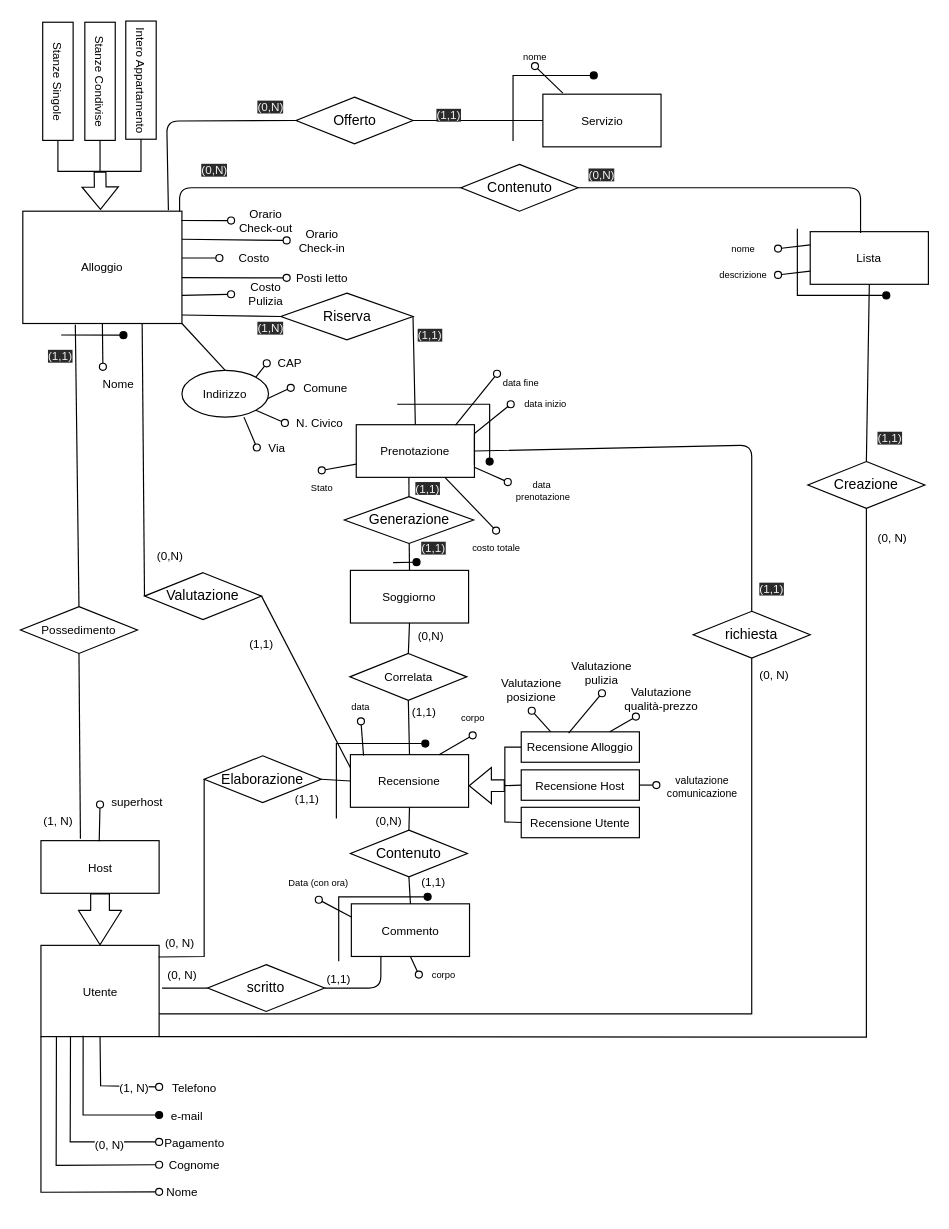
The draw.io diagram page "Page-3" (3 of 14) of ER.drawio in eduardz1/Home-Booking, before the edit. Source tidied: cells renumbered, new cells numbered last; positions are measured from the earlier drawing's top-left corner, leaving out a move shared by most shapes. Both pictures are drawn from the tidied source at 117%, with x=0, y=0 at pixel (-2, 47).
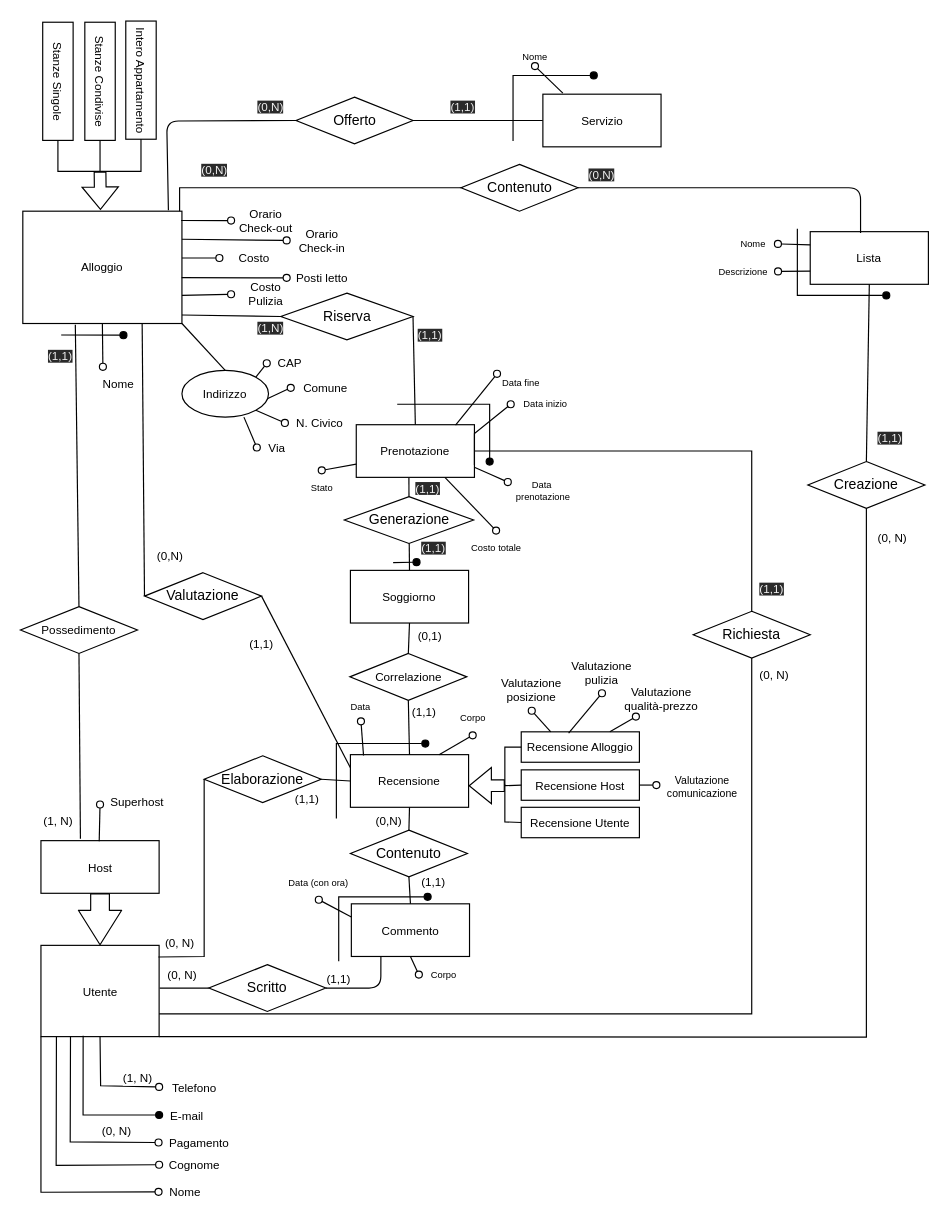
Above is the later version.

The change refers to these unchanged cells:
```xml
<mxCell id="34" value="&lt;font style=&quot;font-size: 10px;&quot;&gt;Utente&lt;/font&gt;" style="rounded=0;whiteSpace=wrap;html=1;fontSize=10;" parent="1" vertex="1">
  <mxGeometry x="36.5" y="767.5" width="101" height="78" as="geometry" />
</mxCell>
<mxCell id="36" style="endArrow=none;html=1;rounded=0;align=center;verticalAlign=top;endFill=0;labelBackgroundColor=none;endSize=6;startArrow=oval;startFill=0;fontSize=10;entryX=0.5;entryY=1;entryDx=0;entryDy=0;exitX=0;exitY=0.5;exitDx=0;exitDy=0;" parent="1" edge="1" source="43" target="34">
  <mxGeometry relative="1" as="geometry">
    <Array as="points">
      <mxPoint x="87.5" y="887.5" />
    </Array>
  </mxGeometry>
</mxCell>
<mxCell id="52" value="&lt;font style=&quot;font-size: 10px;&quot;&gt;Prenotazione&lt;/font&gt;" style="rounded=0;whiteSpace=wrap;html=1;fontSize=10;" parent="1" vertex="1">
  <mxGeometry x="306" y="322.5" width="101" height="45" as="geometry" />
</mxCell>
<mxCell id="92" value="Contenuto" style="rhombus;whiteSpace=wrap;html=1;" parent="1" vertex="1">
  <mxGeometry x="395.5" y="100" width="100" height="40" as="geometry" />
</mxCell>
```

What changed in the source:
```diff
@@
     <mxCell id="37" value="(1, N)" style="edgeLabel;html=1;align=center;verticalAlign=middle;fontSize=10;rounded=0;" parent="36" vertex="1">
-      <mxGeometry x="-0.53" relative="1" as="geometry" />
+      <mxGeometry x="-0.53" relative="1" as="geometry">
+        <mxPoint x="3" y="-8" as="offset" />
+      </mxGeometry>
     </mxCell>
     <mxCell id="38" value="Pagamento" style="text;html=1;strokeColor=none;fillColor=none;align=center;verticalAlign=middle;whiteSpace=wrap;rounded=0;labelBackgroundColor=none;labelBorderColor=none;fontSize=10;" parent="1" vertex="1">
-      <mxGeometry x="137.5" y="920.5" width="60" height="30" as="geometry" />
+      <mxGeometry x="141.5" y="920.5" width="60" height="30" as="geometry" />
     </mxCell>
-    <mxCell id="39" style="endArrow=none;html=1;rounded=0;align=center;verticalAlign=top;endFill=0;labelBackgroundColor=none;endSize=6;startArrow=oval;startFill=0;fontSize=10;exitX=0;exitY=0.5;exitDx=0;exitDy=0;entryX=0.25;entryY=1;entryDx=0;entryDy=0;" parent="1" edge="1" source="38" target="34">
+    <mxCell id="39" style="endArrow=none;html=1;rounded=0;align=center;verticalAlign=top;endFill=0;labelBackgroundColor=none;endSize=6;startArrow=oval;startFill=0;fontSize=10;entryX=0.25;entryY=1;entryDx=0;entryDy=0;" parent="1" edge="1" target="34">
       <mxGeometry relative="1" as="geometry">
+        <mxPoint x="137" y="936" as="sourcePoint" />
         <Array as="points">
           <mxPoint x="61.5" y="935.5" />
         </Array>
       </mxGeometry>
     </mxCell>
     <mxCell id="40" value="(0, N)" style="edgeLabel;html=1;align=center;verticalAlign=middle;fontSize=10;rounded=0;" parent="39" vertex="1">
-      <mxGeometry x="-0.48" y="2" relative="1" as="geometry" />
+      <mxGeometry x="-0.48" y="2" relative="1" as="geometry">
+        <mxPoint x="7" y="-12" as="offset" />
+      </mxGeometry>
     </mxCell>
@@
-    <mxCell id="45" value="e-mail" style="text;html=1;strokeColor=none;fillColor=none;align=center;verticalAlign=middle;whiteSpace=wrap;rounded=0;labelBackgroundColor=none;labelBorderColor=none;fontSize=10;" parent="1" vertex="1">
+    <mxCell id="45" value="E-mail" style="text;html=1;strokeColor=none;fillColor=none;align=center;verticalAlign=middle;whiteSpace=wrap;rounded=0;labelBackgroundColor=none;labelBorderColor=none;fontSize=10;" parent="1" vertex="1">
       <mxGeometry x="137.5" y="899" width="47" height="27" as="geometry" />
     </mxCell>
     <mxCell id="46" value="Nome" style="text;html=1;strokeColor=none;fillColor=none;align=center;verticalAlign=middle;whiteSpace=wrap;rounded=0;labelBackgroundColor=none;labelBorderColor=none;fontSize=10;" parent="1" vertex="1">
-      <mxGeometry x="137.5" y="963.5" width="38.5" height="29.3" as="geometry" />
+      <mxGeometry x="137" y="963.5" width="46" height="29.3" as="geometry" />
     </mxCell>
@@
-    <mxCell id="50" value="&lt;font style=&quot;font-size: 10px&quot;&gt;superhost&lt;/font&gt;" style="text;html=1;strokeColor=none;fillColor=none;align=center;verticalAlign=middle;whiteSpace=wrap;rounded=0;" parent="1" vertex="1">
+    <mxCell id="50" value="&lt;font style=&quot;font-size: 10px&quot;&gt;Superhost&lt;/font&gt;" style="text;html=1;strokeColor=none;fillColor=none;align=center;verticalAlign=middle;whiteSpace=wrap;rounded=0;" parent="1" vertex="1">
       <mxGeometry x="87" y="640" width="63.5" height="9.5" as="geometry" />
     </mxCell>
@@
-    <mxCell id="56" value="data&amp;nbsp; prenotazione" style="text;html=1;strokeColor=none;fillColor=none;align=center;verticalAlign=middle;whiteSpace=wrap;rounded=0;fontSize=8;" parent="1" vertex="1">
+    <mxCell id="56" value="Data&amp;nbsp; prenotazione" style="text;html=1;strokeColor=none;fillColor=none;align=center;verticalAlign=middle;whiteSpace=wrap;rounded=0;fontSize=8;" parent="1" vertex="1">
       <mxGeometry x="435.5" y="364" width="60" height="30" as="geometry" />
     </mxCell>
-    <mxCell id="57" value="data inizio" style="text;html=1;strokeColor=none;fillColor=none;align=center;verticalAlign=middle;whiteSpace=wrap;rounded=0;fontSize=8;" parent="1" vertex="1">
+    <mxCell id="57" value="Data inizio" style="text;html=1;strokeColor=none;fillColor=none;align=center;verticalAlign=middle;whiteSpace=wrap;rounded=0;fontSize=8;" parent="1" vertex="1">
       <mxGeometry x="438" y="297" width="59.5" height="16" as="geometry" />
     </mxCell>
-    <mxCell id="58" value="data fine" style="text;html=1;strokeColor=none;fillColor=none;align=center;verticalAlign=middle;whiteSpace=wrap;rounded=0;fontSize=8;" parent="1" vertex="1">
+    <mxCell id="58" value="Data fine" style="text;html=1;strokeColor=none;fillColor=none;align=center;verticalAlign=middle;whiteSpace=wrap;rounded=0;fontSize=8;" parent="1" vertex="1">
       <mxGeometry x="417" y="279" width="60" height="16" as="geometry" />
     </mxCell>
-    <mxCell id="59" value="costo totale" style="text;html=1;strokeColor=none;fillColor=none;align=center;verticalAlign=middle;whiteSpace=wrap;rounded=0;fontSize=8;" parent="1" vertex="1">
+    <mxCell id="59" value="Costo totale" style="text;html=1;strokeColor=none;fillColor=none;align=center;verticalAlign=middle;whiteSpace=wrap;rounded=0;fontSize=8;" parent="1" vertex="1">
       <mxGeometry x="395.5" y="413" width="60" height="30" as="geometry" />
     </mxCell>
@@
-    <mxCell id="62" value="richiesta" style="rhombus;whiteSpace=wrap;html=1;" parent="1" vertex="1">
+    <mxCell id="62" value="Richiesta" style="rhombus;whiteSpace=wrap;html=1;" parent="1" vertex="1">
       <mxGeometry x="594" y="482" width="100" height="40" as="geometry" />
     </mxCell>
@@
-    <mxCell id="70" value="Correlata" style="shape=rhombus;perimeter=rhombusPerimeter;whiteSpace=wrap;html=1;align=center;labelBackgroundColor=none;labelBorderColor=none;fontSize=10;rounded=0;" parent="1" vertex="1">
+    <mxCell id="70" value="Correlazione" style="shape=rhombus;perimeter=rhombusPerimeter;whiteSpace=wrap;html=1;align=center;labelBackgroundColor=none;labelBorderColor=none;fontSize=10;rounded=0;" parent="1" vertex="1">
       <mxGeometry x="300.5" y="518" width="100" height="40" as="geometry" />
     </mxCell>
@@
-    <mxCell id="79" value="valutazione comunicazione" style="text;html=1;strokeColor=none;fillColor=none;align=center;verticalAlign=middle;whiteSpace=wrap;rounded=0;fontSize=9;" parent="1" vertex="1">
+    <mxCell id="79" value="Valutazione comunicazione" style="text;html=1;strokeColor=none;fillColor=none;align=center;verticalAlign=middle;whiteSpace=wrap;rounded=0;fontSize=9;" parent="1" vertex="1">
       <mxGeometry x="562" y="617.5" width="80" height="28" as="geometry" />
     </mxCell>
@@
-    <mxCell id="86" style="endArrow=none;html=1;entryX=0.5;entryY=0;entryDx=0;entryDy=0;exitX=1;exitY=0.5;exitDx=0;exitDy=0;" parent="1" edge="1" source="52" target="62">
+    <mxCell id="86" style="endArrow=none;html=1;entryX=0.5;entryY=0;entryDx=0;entryDy=0;exitX=1;exitY=0.5;exitDx=0;exitDy=0;rounded=0;" parent="1" edge="1" source="52" target="62">
       <mxGeometry relative="1" as="geometry">
         <Array as="points">
-          <mxPoint x="644" y="340" />
+          <mxPoint x="644" y="345" />
         </Array>
       </mxGeometry>
     </mxCell>
@@
-    <mxCell id="95" style="endArrow=none;html=1;entryX=0;entryY=0.5;entryDx=0;entryDy=0;" parent="1" edge="1" target="92">
+    <mxCell id="95" style="endArrow=none;html=1;entryX=0;entryY=0.5;entryDx=0;entryDy=0;rounded=0;" parent="1" edge="1" target="92">
       <mxGeometry relative="1" as="geometry">
         <mxPoint x="155" y="140" as="sourcePoint" />
         <Array as="points">
           <mxPoint x="155" y="120" />
         </Array>
       </mxGeometry>
     </mxCell>
@@
-    <mxCell id="97" value="scritto" style="rhombus;whiteSpace=wrap;html=1;" parent="1" vertex="1">
-      <mxGeometry x="179" y="784" width="100" height="40" as="geometry" />
+    <mxCell id="97" value="Scritto" style="rhombus;whiteSpace=wrap;html=1;" parent="1" vertex="1">
+      <mxGeometry x="180" y="784" width="100" height="40" as="geometry" />
     </mxCell>
@@
-    <mxCell id="106" value="corpo" style="text;html=1;strokeColor=none;fillColor=none;align=center;verticalAlign=middle;whiteSpace=wrap;rounded=0;fontSize=8;" parent="1" vertex="1">
+    <mxCell id="106" value="Corpo" style="text;html=1;strokeColor=none;fillColor=none;align=center;verticalAlign=middle;whiteSpace=wrap;rounded=0;fontSize=8;" parent="1" vertex="1">
       <mxGeometry x="375.5" y="558" width="60" height="30" as="geometry" />
     </mxCell>
-    <mxCell id="107" value="data" style="text;html=1;strokeColor=none;fillColor=none;align=center;verticalAlign=middle;whiteSpace=wrap;rounded=0;fontSize=8;" parent="1" vertex="1">
+    <mxCell id="107" value="Data" style="text;html=1;strokeColor=none;fillColor=none;align=center;verticalAlign=middle;whiteSpace=wrap;rounded=0;fontSize=8;" parent="1" vertex="1">
       <mxGeometry x="280" y="551" width="60" height="25" as="geometry" />
     </mxCell>
@@
-    <mxCell id="114" value="(0,N)" style="html=1;align=left;verticalAlign=bottom;labelBackgroundColor=none;labelBorderColor=none;fontSize=10;rounded=0;" parent="1" vertex="1">
+    <mxCell id="114" value="(0,1)" style="html=1;align=left;verticalAlign=bottom;labelBackgroundColor=none;labelBorderColor=none;fontSize=10;rounded=0;" parent="1" vertex="1">
       <mxGeometry x="356.5" y="511" as="geometry" />
     </mxCell>
@@
-    <mxCell id="127" value="corpo" style="text;html=1;strokeColor=none;fillColor=none;align=center;verticalAlign=middle;whiteSpace=wrap;rounded=0;fontSize=8;" parent="1" vertex="1">
+    <mxCell id="127" value="Corpo" style="text;html=1;strokeColor=none;fillColor=none;align=center;verticalAlign=middle;whiteSpace=wrap;rounded=0;fontSize=8;" parent="1" vertex="1">
       <mxGeometry x="359.5" y="777.5" width="41.5" height="30" as="geometry" />
     </mxCell>
@@
     <mxCell id="130" style="endArrow=none;html=1;rounded=0;fontSize=10;entryX=0;entryY=0.5;entryDx=0;entryDy=0;" parent="1" edge="1" target="97">
       <mxGeometry relative="1" as="geometry">
-        <mxPoint x="140" y="804" as="sourcePoint" />
+        <mxPoint x="138" y="804" as="sourcePoint" />
       </mxGeometry>
     </mxCell>
@@
-    <mxCell id="140" value="descrizione" style="text;html=1;strokeColor=none;fillColor=none;align=center;verticalAlign=middle;whiteSpace=wrap;rounded=0;fontSize=8;" parent="1" vertex="1">
-      <mxGeometry x="607" y="186.5" width="59.5" height="16" as="geometry" />
+    <mxCell id="140" value="Descrizione" style="text;html=1;strokeColor=none;fillColor=none;align=center;verticalAlign=middle;whiteSpace=wrap;rounded=0;fontSize=8;" parent="1" vertex="1">
+      <mxGeometry x="607" y="183.5" width="59.5" height="16" as="geometry" />
     </mxCell>
-    <mxCell id="141" value="nome" style="text;html=1;strokeColor=none;fillColor=none;align=center;verticalAlign=middle;whiteSpace=wrap;rounded=0;fontSize=8;" parent="1" vertex="1">
-      <mxGeometry x="606.5" y="164" width="60" height="16" as="geometry" />
+    <mxCell id="141" value="Nome" style="text;html=1;strokeColor=none;fillColor=none;align=center;verticalAlign=middle;whiteSpace=wrap;rounded=0;fontSize=8;" parent="1" vertex="1">
+      <mxGeometry x="625.2" y="160" width="41.2" height="16" as="geometry" />
     </mxCell>
@@
-    <mxCell id="148" value="nome" style="text;html=1;strokeColor=none;fillColor=none;align=center;verticalAlign=middle;whiteSpace=wrap;rounded=0;fontSize=8;" parent="1" vertex="1">
+    <mxCell id="148" value="Nome" style="text;html=1;strokeColor=none;fillColor=none;align=center;verticalAlign=middle;whiteSpace=wrap;rounded=0;fontSize=8;" parent="1" vertex="1">
       <mxGeometry x="429" width="59.5" height="16" as="geometry" />
     </mxCell>
@@
     <mxCell id="153" value="&lt;span style=&quot;color: rgb(240 , 240 , 240) ; font-family: &amp;#34;helvetica&amp;#34; ; font-size: 10px ; font-style: normal ; font-weight: 400 ; letter-spacing: normal ; text-align: left ; text-indent: 0px ; text-transform: none ; word-spacing: 0px ; background-color: rgb(42 , 42 , 42) ; display: inline ; float: none&quot;&gt;(1,1)&lt;/span&gt;" style="text;whiteSpace=wrap;html=1;" parent="1" vertex="1">
-      <mxGeometry x="373" y="44" width="41" height="29" as="geometry" />
+      <mxGeometry x="385" y="37" width="41" height="29" as="geometry" />
     </mxCell>
```
